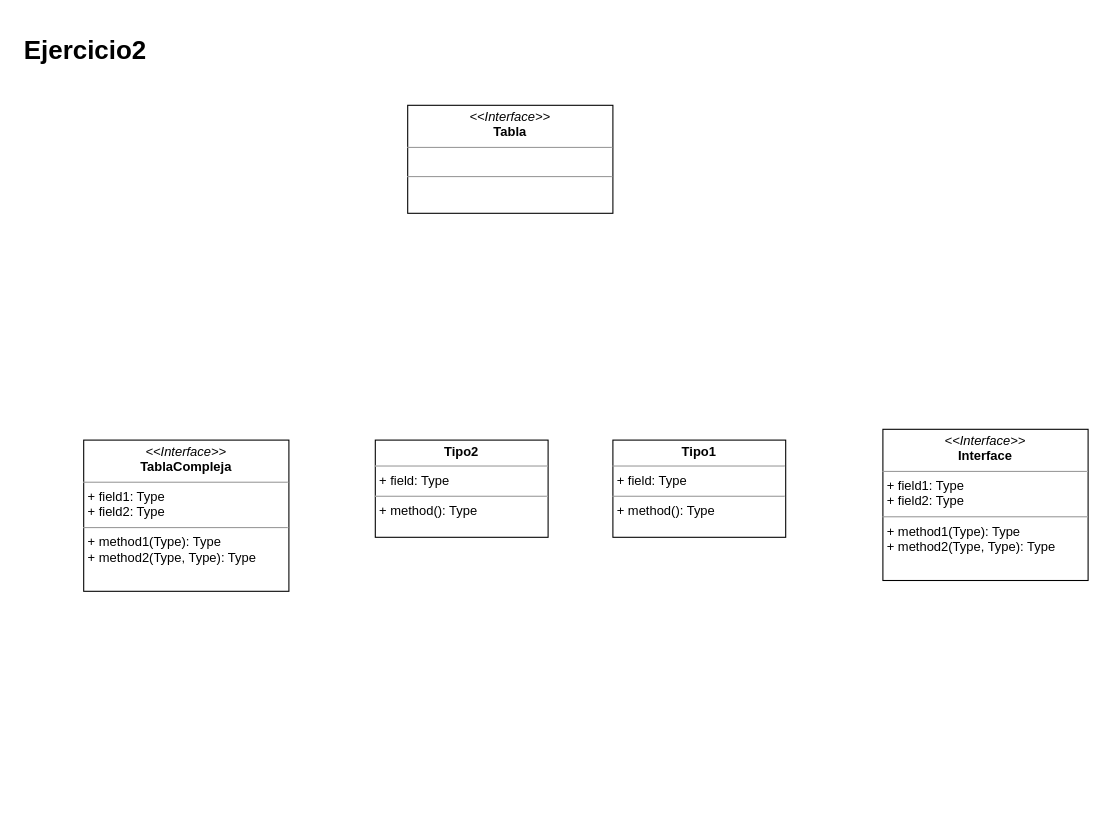
The draw.io diagram EjerciciosIrina.drawio in Luchit0-afk/Diagramas, before the edit. Source tidied: cells renumbered, new cells numbered last; positions are measured from the earlier drawing's top-left corner, leaving out a move shared by most shapes. Both pictures are drawn from the tidied source at 108%, with x=0, y=0 at pixel (18, 29).
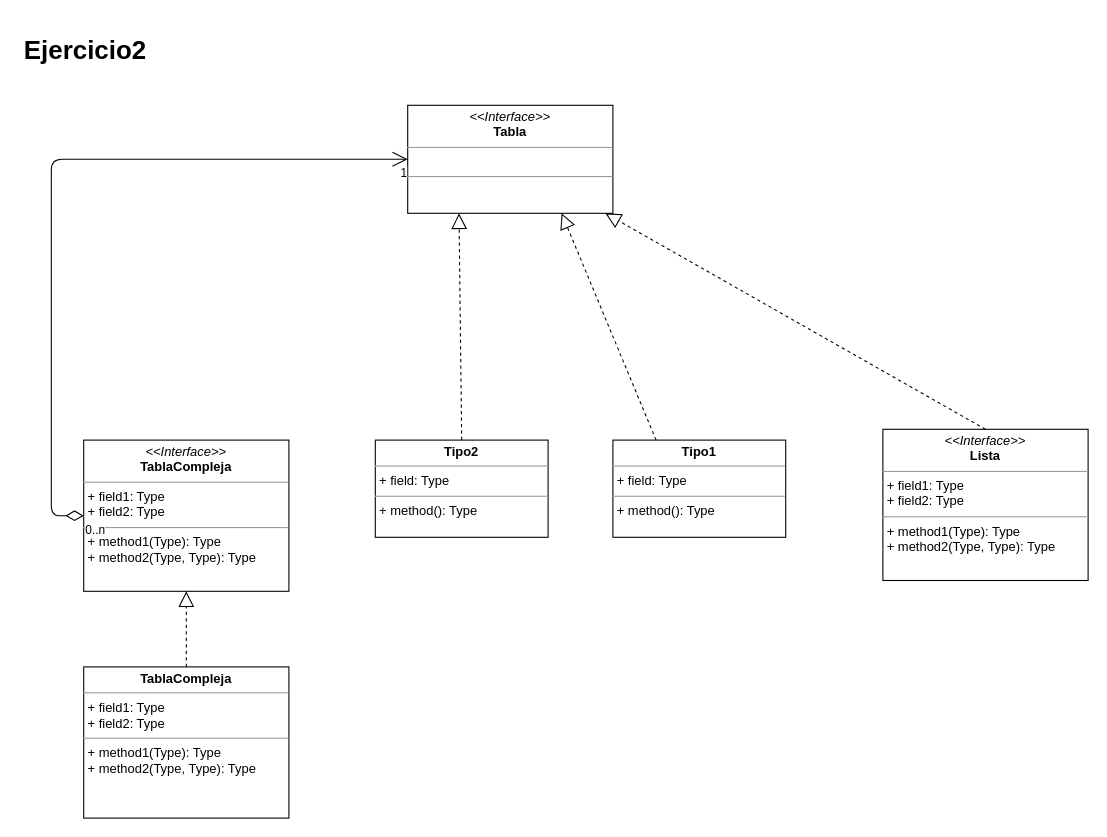
The same page after the edit.

The edit, as a diff of the source:
```diff
@@
 <mxGraphModel>
   <root>
     <mxCell id="0" />
     <mxCell id="1" parent="0" />
     <mxCell id="2" value="&lt;h1&gt;Ejercicio2&lt;/h1&gt;&lt;p&gt;&lt;br&gt;&lt;/p&gt;" style="text;html=1;strokeColor=none;fillColor=none;spacing=5;spacingTop=-20;whiteSpace=wrap;overflow=hidden;rounded=0;" parent="1" vertex="1">
       <mxGeometry width="190" height="60" as="geometry" />
     </mxCell>
     <mxCell id="3" value="&lt;p style=&quot;margin: 0px ; margin-top: 4px ; text-align: center&quot;&gt;&lt;i&gt;&amp;lt;&amp;lt;Interface&amp;gt;&amp;gt;&lt;/i&gt;&lt;br&gt;&lt;b&gt;Tabla&lt;/b&gt;&lt;/p&gt;&lt;hr size=&quot;1&quot;&gt;&lt;p style=&quot;margin: 0px ; margin-left: 4px&quot;&gt;&lt;br&gt;&lt;/p&gt;&lt;hr size=&quot;1&quot;&gt;&lt;p style=&quot;margin: 0px ; margin-left: 4px&quot;&gt;&lt;br&gt;&lt;/p&gt;" style="verticalAlign=top;align=left;overflow=fill;fontSize=12;fontFamily=Helvetica;html=1;" parent="1" vertex="1">
       <mxGeometry x="360" y="70" width="190" height="100" as="geometry" />
     </mxCell>
     <mxCell id="4" value="&lt;p style=&quot;margin: 0px ; margin-top: 4px ; text-align: center&quot;&gt;&lt;b&gt;Tipo1&lt;/b&gt;&lt;/p&gt;&lt;hr size=&quot;1&quot;&gt;&lt;p style=&quot;margin: 0px ; margin-left: 4px&quot;&gt;+ field: Type&lt;/p&gt;&lt;hr size=&quot;1&quot;&gt;&lt;p style=&quot;margin: 0px ; margin-left: 4px&quot;&gt;+ method(): Type&lt;/p&gt;" style="verticalAlign=top;align=left;overflow=fill;fontSize=12;fontFamily=Helvetica;html=1;" parent="1" vertex="1">
       <mxGeometry x="550" y="380" width="160" height="90" as="geometry" />
     </mxCell>
     <mxCell id="5" value="&lt;p style=&quot;margin: 0px ; margin-top: 4px ; text-align: center&quot;&gt;&lt;i&gt;&amp;lt;&amp;lt;Interface&amp;gt;&amp;gt;&lt;/i&gt;&lt;br&gt;&lt;b&gt;TablaCompleja&lt;/b&gt;&lt;/p&gt;&lt;hr size=&quot;1&quot;&gt;&lt;p style=&quot;margin: 0px ; margin-left: 4px&quot;&gt;+ field1: Type&lt;br&gt;+ field2: Type&lt;/p&gt;&lt;hr size=&quot;1&quot;&gt;&lt;p style=&quot;margin: 0px ; margin-left: 4px&quot;&gt;+ method1(Type): Type&lt;br&gt;+ method2(Type, Type): Type&lt;/p&gt;" style="verticalAlign=top;align=left;overflow=fill;fontSize=12;fontFamily=Helvetica;html=1;" parent="1" vertex="1">
       <mxGeometry x="60" y="380" width="190" height="140" as="geometry" />
     </mxCell>
-    <mxCell id="6" value="&lt;p style=&quot;margin:0px;margin-top:4px;text-align:center;&quot;&gt;&lt;i&gt;&amp;lt;&amp;lt;Interface&amp;gt;&amp;gt;&lt;/i&gt;&lt;br/&gt;&lt;b&gt;Interface&lt;/b&gt;&lt;/p&gt;&lt;hr size=&quot;1&quot;/&gt;&lt;p style=&quot;margin:0px;margin-left:4px;&quot;&gt;+ field1: Type&lt;br/&gt;+ field2: Type&lt;/p&gt;&lt;hr size=&quot;1&quot;/&gt;&lt;p style=&quot;margin:0px;margin-left:4px;&quot;&gt;+ method1(Type): Type&lt;br/&gt;+ method2(Type, Type): Type&lt;/p&gt;" style="verticalAlign=top;align=left;overflow=fill;fontSize=12;fontFamily=Helvetica;html=1;" parent="1" vertex="1">
+    <mxCell id="6" value="&lt;p style=&quot;margin: 0px ; margin-top: 4px ; text-align: center&quot;&gt;&lt;i&gt;&amp;lt;&amp;lt;Interface&amp;gt;&amp;gt;&lt;/i&gt;&lt;br&gt;&lt;b&gt;Lista&lt;/b&gt;&lt;/p&gt;&lt;hr size=&quot;1&quot;&gt;&lt;p style=&quot;margin: 0px ; margin-left: 4px&quot;&gt;+ field1: Type&lt;br&gt;+ field2: Type&lt;/p&gt;&lt;hr size=&quot;1&quot;&gt;&lt;p style=&quot;margin: 0px ; margin-left: 4px&quot;&gt;+ method1(Type): Type&lt;br&gt;+ method2(Type, Type): Type&lt;/p&gt;" style="verticalAlign=top;align=left;overflow=fill;fontSize=12;fontFamily=Helvetica;html=1;" parent="1" vertex="1">
       <mxGeometry x="800" y="370" width="190" height="140" as="geometry" />
     </mxCell>
     <mxCell id="7" value="&lt;p style=&quot;margin: 0px ; margin-top: 4px ; text-align: center&quot;&gt;&lt;b&gt;Tipo2&lt;/b&gt;&lt;/p&gt;&lt;hr size=&quot;1&quot;&gt;&lt;p style=&quot;margin: 0px ; margin-left: 4px&quot;&gt;+ field: Type&lt;/p&gt;&lt;hr size=&quot;1&quot;&gt;&lt;p style=&quot;margin: 0px ; margin-left: 4px&quot;&gt;+ method(): Type&lt;/p&gt;" style="verticalAlign=top;align=left;overflow=fill;fontSize=12;fontFamily=Helvetica;html=1;" parent="1" vertex="1">
       <mxGeometry x="330" y="380" width="160" height="90" as="geometry" />
     </mxCell>
+    <mxCell id="8" style="endArrow=open;html=1;endSize=12;startArrow=diamondThin;startSize=14;startFill=0;edgeStyle=orthogonalEdgeStyle;entryX=0;entryY=0.5;entryDx=0;entryDy=0;exitX=0;exitY=0.5;exitDx=0;exitDy=0;" parent="1" edge="1" source="5" target="3">
+      <mxGeometry relative="1" as="geometry">
+        <Array as="points">
+          <mxPoint x="30" y="450" />
+          <mxPoint x="30" y="120" />
+        </Array>
+      </mxGeometry>
+    </mxCell>
+    <mxCell id="9" value="0..n" style="edgeLabel;html=1;align=left;verticalAlign=top;" parent="8" vertex="1">
+      <mxGeometry x="-1" relative="1" as="geometry" />
+    </mxCell>
+    <mxCell id="10" value="1" style="edgeLabel;html=1;align=right;verticalAlign=top;" parent="8" vertex="1">
+      <mxGeometry x="1" relative="1" as="geometry" />
+    </mxCell>
+    <mxCell id="11" value="&lt;p style=&quot;margin: 0px ; margin-top: 4px ; text-align: center&quot;&gt;&lt;b&gt;TablaCompleja&lt;/b&gt;&lt;/p&gt;&lt;hr size=&quot;1&quot;&gt;&lt;p style=&quot;margin: 0px ; margin-left: 4px&quot;&gt;+ field1: Type&lt;br&gt;+ field2: Type&lt;/p&gt;&lt;hr size=&quot;1&quot;&gt;&lt;p style=&quot;margin: 0px ; margin-left: 4px&quot;&gt;+ method1(Type): Type&lt;br&gt;+ method2(Type, Type): Type&lt;/p&gt;" style="verticalAlign=top;align=left;overflow=fill;fontSize=12;fontFamily=Helvetica;html=1;" parent="1" vertex="1">
+      <mxGeometry x="60" y="590" width="190" height="140" as="geometry" />
+    </mxCell>
+    <mxCell id="12" style="endArrow=block;dashed=1;endFill=0;endSize=12;html=1;entryX=0.5;entryY=1;entryDx=0;entryDy=0;exitX=0.5;exitY=0;exitDx=0;exitDy=0;" parent="1" edge="1" source="11" target="5">
+      <mxGeometry relative="1" as="geometry" />
+    </mxCell>
+    <mxCell id="13" style="endArrow=block;dashed=1;endFill=0;endSize=12;html=1;entryX=0.25;entryY=1;entryDx=0;entryDy=0;exitX=0.5;exitY=0;exitDx=0;exitDy=0;" parent="1" edge="1" source="7" target="3">
+      <mxGeometry relative="1" as="geometry" />
+    </mxCell>
+    <mxCell id="14" style="endArrow=block;dashed=1;endFill=0;endSize=12;html=1;entryX=0.75;entryY=1;entryDx=0;entryDy=0;exitX=0.25;exitY=0;exitDx=0;exitDy=0;" parent="1" edge="1" source="4" target="3">
+      <mxGeometry relative="1" as="geometry" />
+    </mxCell>
+    <mxCell id="15" style="endArrow=block;dashed=1;endFill=0;endSize=12;html=1;exitX=0.5;exitY=0;exitDx=0;exitDy=0;" parent="1" edge="1" source="6" target="3">
+      <mxGeometry relative="1" as="geometry" />
+    </mxCell>
   </root>
 </mxGraphModel>
```
